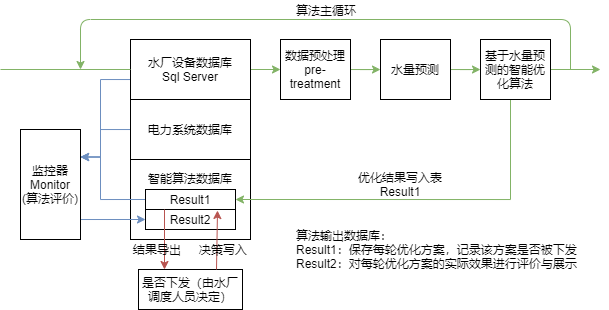
MAZiqing/ai_water_quality_yizhuang keeps this draw.io diagram as project_structure.png. Above is the earlier version. Source tidied: cells renumbered, new cells last; positions are measured from the earlier drawing's top-left corner, leaving out a move shared by most shapes.
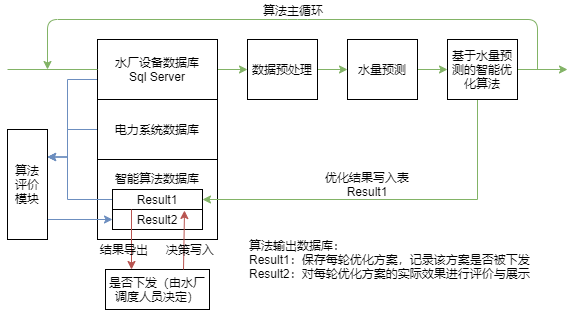
The same diagram one commit later.

Change to the diagram source:
```diff
@@ -34,7 +34,7 @@
     <mxCell id="8" style="edgeStyle=orthogonalEdgeStyle;rounded=0;jettySize=auto;html=1;fillColor=#d5e8d4;strokeColor=#82b366;" parent="1" edge="1" source="9" target="24">
       <mxGeometry relative="1" as="geometry" />
     </mxCell>
-    <mxCell id="9" value="数据预处理&lt;br&gt;pre-treatment" style="rounded=0;whiteSpace=wrap;html=1;" parent="1" vertex="1">
+    <mxCell id="9" value="数据预处理" style="rounded=0;whiteSpace=wrap;html=1;" parent="1" vertex="1">
       <mxGeometry x="280" y="39" width="70" height="60" as="geometry" />
     </mxCell>
     <mxCell id="10" style="edgeStyle=orthogonalEdgeStyle;rounded=0;jettySize=auto;html=1;exitX=1;exitY=0.75;exitDx=0;exitDy=0;entryX=0;entryY=0.5;entryDx=0;entryDy=0;fillColor=#dae8fc;strokeColor=#6c8ebf;" parent="1" edge="1" source="11" target="14">
@@ -44,8 +44,8 @@
         </Array>
       </mxGeometry>
     </mxCell>
-    <mxCell id="11" value="监控器&lt;br&gt;Monitor&lt;br&gt;(算法评价)" style="rounded=0;whiteSpace=wrap;html=1;" parent="1" vertex="1">
-      <mxGeometry x="20" y="129" width="60" height="110" as="geometry" />
+    <mxCell id="11" value="算法&lt;br&gt;评价&lt;br&gt;模块" style="rounded=0;whiteSpace=wrap;html=1;" parent="1" vertex="1">
+      <mxGeometry x="40" y="129" width="40" height="110" as="geometry" />
     </mxCell>
     <mxCell id="12" style="edgeStyle=orthogonalEdgeStyle;rounded=0;jettySize=auto;html=1;exitX=0;exitY=0.5;exitDx=0;exitDy=0;entryX=1;entryY=0.25;entryDx=0;entryDy=0;fillColor=#dae8fc;strokeColor=#6c8ebf;" parent="1" edge="1" source="13" target="11">
       <mxGeometry relative="1" as="geometry">
@@ -78,7 +78,7 @@
     </mxCell>
     <mxCell id="18" style="endArrow=none;html=1;fillColor=#d5e8d4;strokeColor=#82b366;" parent="1" edge="1">
       <mxGeometry relative="1" as="geometry">
-        <mxPoint y="69" as="sourcePoint" />
+        <mxPoint x="40" y="69" as="sourcePoint" />
         <mxPoint x="130" y="69" as="targetPoint" />
       </mxGeometry>
     </mxCell>
@@ -127,7 +127,7 @@
       <mxGeometry x="276" width="100" height="20" as="geometry" />
     </mxCell>
     <mxCell id="29" value="算法输出数据库：&lt;br&gt;Result1：保存每轮优化方案，记录该方案是否被下发&lt;br&gt;Result2：对每轮优化方案的实际效果进行评价与展示" style="text;html=1;strokeColor=none;fillColor=none;align=left;verticalAlign=middle;whiteSpace=wrap;rounded=0;" parent="1" vertex="1">
-      <mxGeometry x="294" y="239" width="290" height="20" as="geometry" />
+      <mxGeometry x="280" y="249" width="290" height="20" as="geometry" />
     </mxCell>
   </root>
 </mxGraphModel>
```
